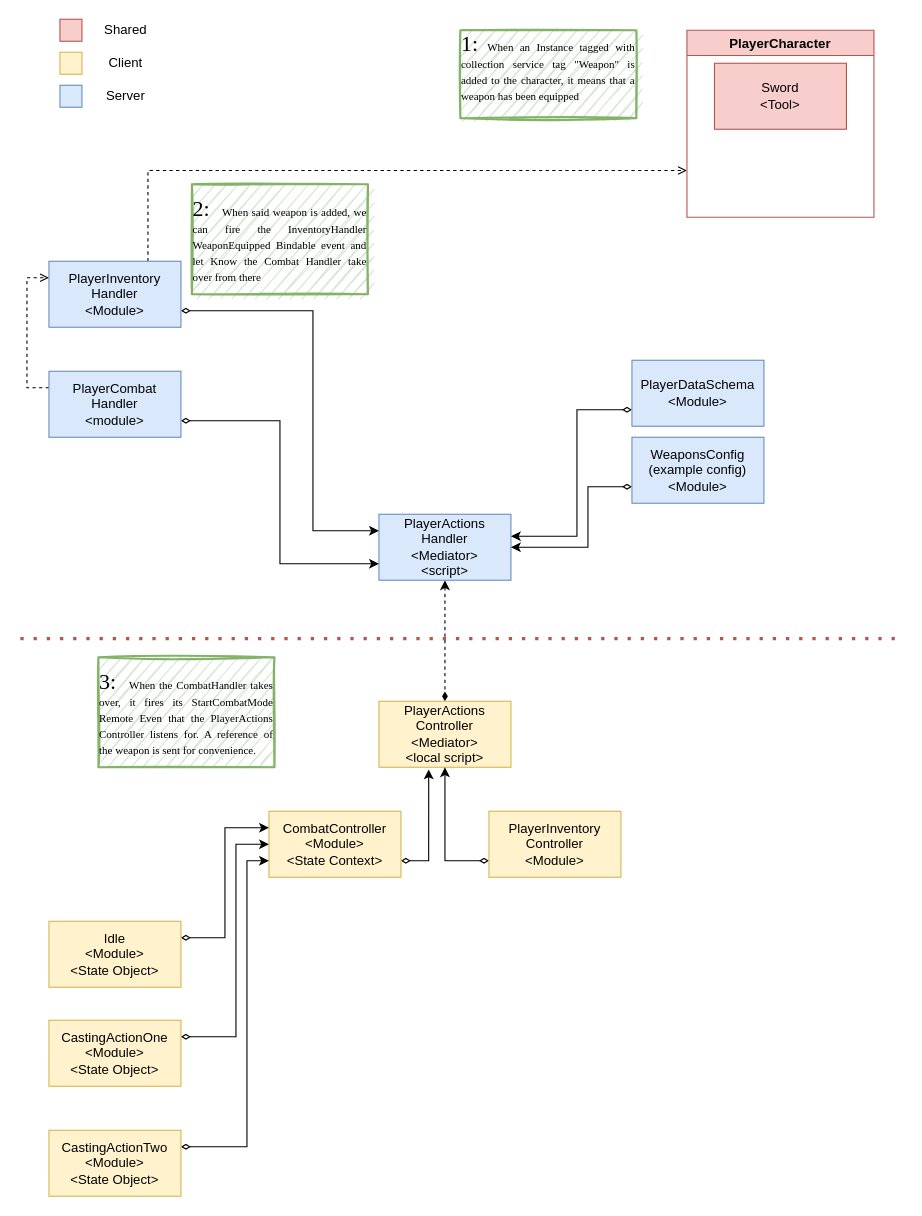
CluelessD3v/voldexGame keeps this draw.io diagram as Docs/PlayerCombatArq.drawio. Above is the earlier version. Source tidied: cells renumbered, new cells numbered last; positions are measured from the earlier drawing's top-left corner, leaving out a move shared by most shapes. Both pictures are drawn from the tidied source at 110%, with x=0, y=0 at pixel (20, 19).
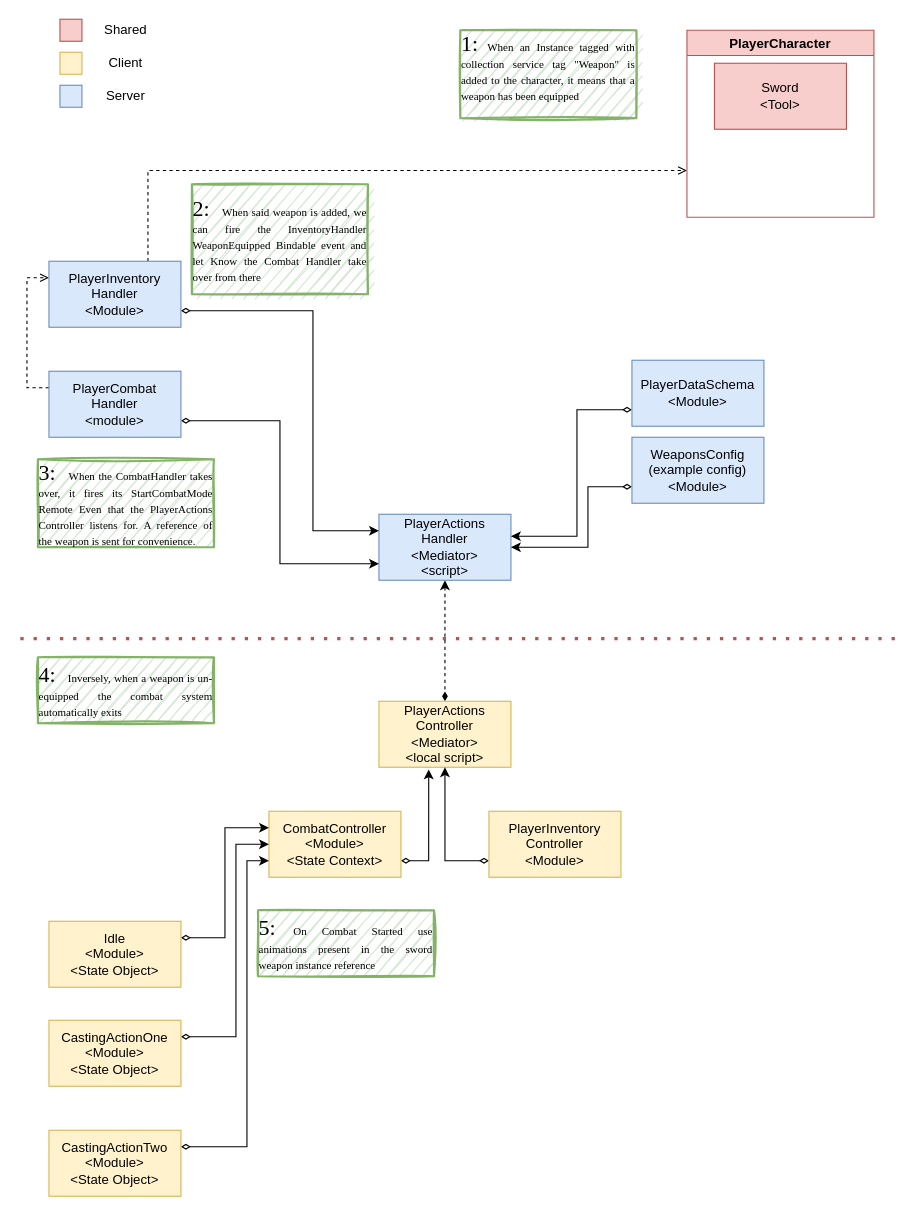
The same diagram, later.

Commit message:
Updated Combat System documentation

The edit, as a diff of the source:
```diff
@@
     <mxCell id="36" value="&lt;div style=&quot;text-align: justify&quot;&gt;&lt;span style=&quot;font-family: &amp;#34;times new roman&amp;#34; ; font-size: 20px&quot;&gt;3:&amp;nbsp; &lt;/span&gt;&lt;font face=&quot;times new roman&quot;&gt;&lt;span style=&quot;font-size: 10px&quot;&gt;When the CombatHandler takes over, it fires its StartCombatMode Remote Even that the PlayerActions Controller listens for. A reference of the weapon is sent for convenience.&lt;/span&gt;&lt;/font&gt;&lt;br&gt;&lt;/div&gt;" style="text;html=1;strokeColor=#82b366;fillColor=#d5e8d4;align=center;verticalAlign=middle;whiteSpace=wrap;rounded=0;sketch=1;strokeWidth=2;" parent="1" vertex="1">
-      <mxGeometry x="71" y="580" width="160" height="100" as="geometry" />
+      <mxGeometry x="16" y="400" width="160" height="80" as="geometry" />
     </mxCell>
+    <mxCell id="37" value="&lt;div style=&quot;text-align: justify&quot;&gt;&lt;span style=&quot;font-family: &amp;#34;times new roman&amp;#34; ; font-size: 20px&quot;&gt;4:&amp;nbsp; &lt;/span&gt;&lt;font face=&quot;times new roman&quot;&gt;&lt;span style=&quot;font-size: 10px&quot;&gt;Inversely, when a weapon is un-equipped the combat system automatically exits&lt;/span&gt;&lt;/font&gt;&lt;br&gt;&lt;/div&gt;" style="text;html=1;strokeColor=#82b366;fillColor=#d5e8d4;align=center;verticalAlign=middle;whiteSpace=wrap;rounded=0;sketch=1;strokeWidth=2;" parent="1" vertex="1">
+      <mxGeometry x="16" y="580" width="160" height="60" as="geometry" />
+    </mxCell>
+    <mxCell id="38" value="&lt;div style=&quot;text-align: justify&quot;&gt;&lt;span style=&quot;font-family: &amp;#34;times new roman&amp;#34; ; font-size: 20px&quot;&gt;5:&amp;nbsp;&lt;/span&gt;&lt;font face=&quot;times new roman&quot;&gt;&lt;span style=&quot;font-size: 10px&quot;&gt;On Combat Started use animations present in the sword weapon instance reference&amp;nbsp;&lt;/span&gt;&lt;/font&gt;&lt;br&gt;&lt;/div&gt;" style="text;html=1;strokeColor=#82b366;fillColor=#d5e8d4;align=center;verticalAlign=middle;whiteSpace=wrap;rounded=0;sketch=1;strokeWidth=2;" parent="1" vertex="1">
+      <mxGeometry x="216" y="810" width="160" height="60" as="geometry" />
+    </mxCell>
```
